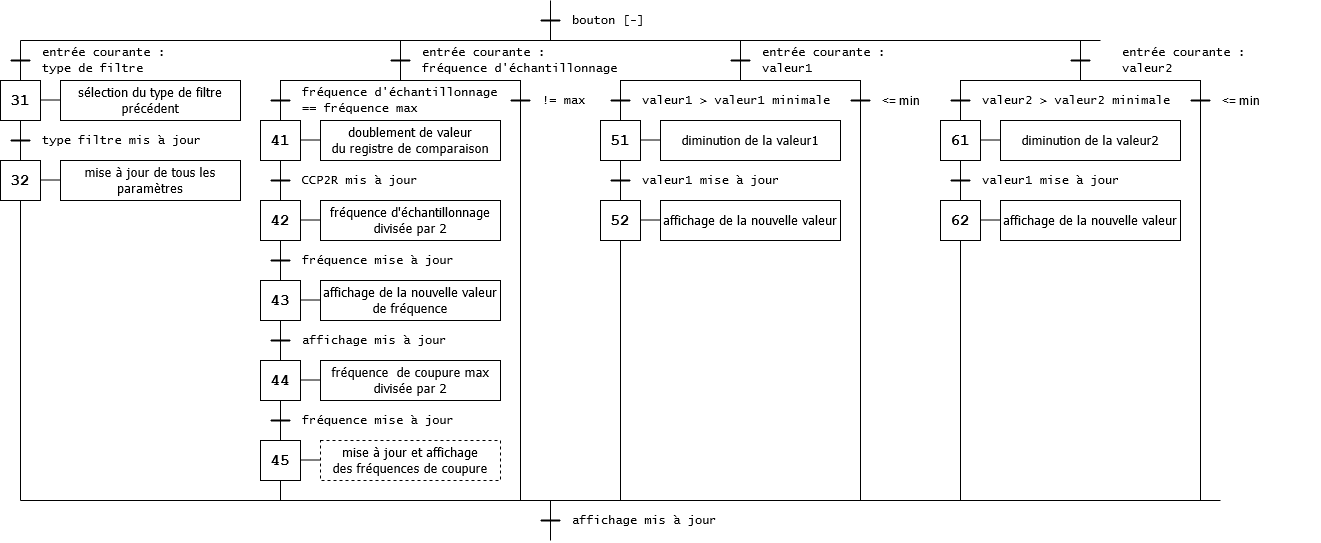
Above: LB_PIC18F8722_Filtres/rapport/images/orga_decrease.png in laura-bin/2021_microcontroleurs (draw.io), before the change. Source tidied: cells renumbered, new cells last; positions are measured from the earlier drawing's top-left corner, leaving out a move shared by most shapes.
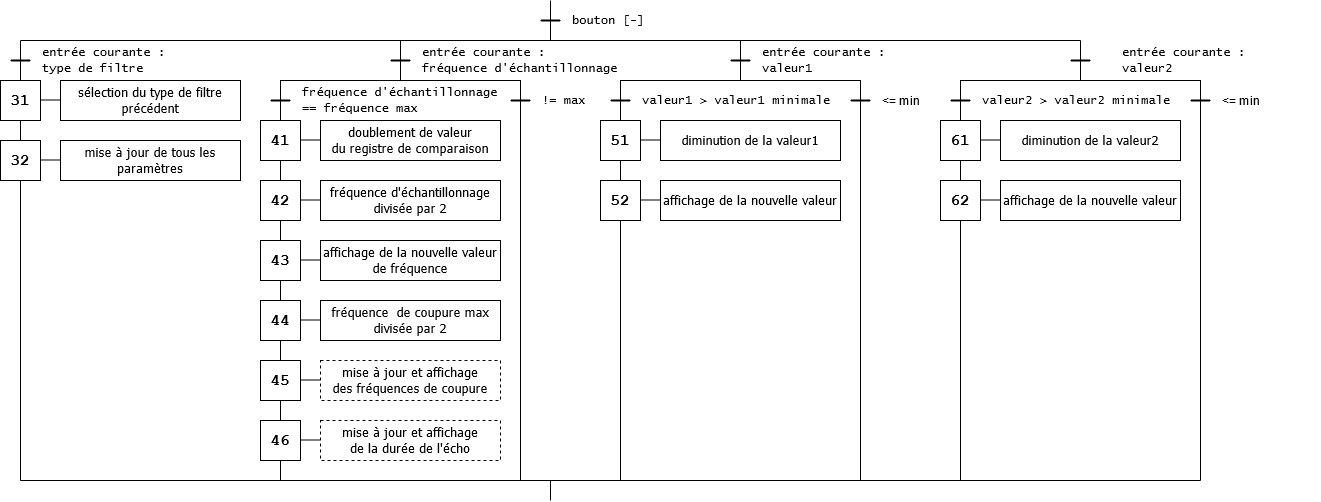
The same file after the commit.

What changed in the source:
```diff
@@ -63,4 +63,4 @@
       <mxGeometry relative="1" as="geometry">
-        <mxPoint x="40" y="179.5" as="sourcePoint" />
-        <mxPoint x="60" y="179.5" as="targetPoint" />
+        <mxPoint x="40" y="159.5" as="sourcePoint" />
+        <mxPoint x="60" y="159.5" as="targetPoint" />
       </mxGeometry>
@@ -68,16 +68,7 @@
     <mxCell id="16" value="&lt;div style=&quot;font-size: 13px&quot;&gt;&lt;font style=&quot;font-size: 13px&quot; face=&quot;Tahoma&quot;&gt;mise à jour de tous les paramètres&lt;br&gt;&lt;/font&gt;&lt;/div&gt;" style="rounded=0;whiteSpace=wrap;html=1;strokeColor=#000000;strokeWidth=1;" parent="1" vertex="1">
-      <mxGeometry x="60" y="160" width="180" height="40" as="geometry" />
+      <mxGeometry x="60" y="140" width="180" height="40" as="geometry" />
     </mxCell>
     <mxCell id="17" value="&lt;font style=&quot;font-size: 16px&quot;&gt;&lt;b&gt;&lt;font style=&quot;font-size: 16px&quot; face=&quot;Courier New&quot;&gt;32&lt;/font&gt;&lt;/b&gt;&lt;/font&gt;" style="rounded=0;whiteSpace=wrap;html=1;" parent="1" vertex="1">
-      <mxGeometry y="160" width="40" height="40" as="geometry" />
+      <mxGeometry y="140" width="40" height="40" as="geometry" />
     </mxCell>
-    <mxCell id="18" style="endArrow=none;html=1;strokeWidth=2;" parent="1" edge="1">
-      <mxGeometry relative="1" as="geometry">
-        <mxPoint x="10" y="140" as="sourcePoint" />
-        <mxPoint x="30" y="140" as="targetPoint" />
-      </mxGeometry>
-    </mxCell>
-    <mxCell id="19" value="&lt;div&gt;&lt;font face=&quot;Lucida Console&quot;&gt;type filtre mis à jour&lt;br&gt;&lt;/font&gt;&lt;/div&gt;" style="text;html=1;strokeColor=none;fillColor=none;align=left;verticalAlign=middle;whiteSpace=wrap;rounded=0;" parent="1" vertex="1">
-      <mxGeometry x="40" y="130" width="200" height="20" as="geometry" />
-    </mxCell>
     <mxCell id="20" style="endArrow=none;html=1;strokeWidth=2;" parent="1" edge="1">
@@ -103,15 +94,6 @@
     </mxCell>
-    <mxCell id="25" style="endArrow=none;html=1;strokeWidth=2;" parent="1" edge="1">
-      <mxGeometry relative="1" as="geometry">
-        <mxPoint x="270" y="180" as="sourcePoint" />
-        <mxPoint x="290" y="180" as="targetPoint" />
-      </mxGeometry>
-    </mxCell>
-    <mxCell id="26" value="&lt;div&gt;&lt;font face=&quot;Lucida Console&quot;&gt;CCP2R mis à jour&lt;br&gt;&lt;/font&gt;&lt;/div&gt;" style="text;html=1;strokeColor=none;fillColor=none;align=left;verticalAlign=middle;whiteSpace=wrap;rounded=0;" parent="1" vertex="1">
-      <mxGeometry x="300" y="170" width="200" height="20" as="geometry" />
-    </mxCell>
     <mxCell id="27" style="edgeStyle=orthogonalEdgeStyle;rounded=0;orthogonalLoop=1;jettySize=auto;html=1;exitX=1;exitY=0.5;exitDx=0;exitDy=0;entryX=0;entryY=0.5;entryDx=0;entryDy=0;endArrow=none;endFill=0;" parent="1" edge="1">
       <mxGeometry relative="1" as="geometry">
-        <mxPoint x="300" y="219.5" as="sourcePoint" />
-        <mxPoint x="320" y="219.5" as="targetPoint" />
+        <mxPoint x="300" y="199.5" as="sourcePoint" />
+        <mxPoint x="320" y="199.5" as="targetPoint" />
       </mxGeometry>
@@ -119,20 +101,11 @@
     <mxCell id="28" value="&lt;div style=&quot;font-size: 13px&quot;&gt;&lt;font style=&quot;font-size: 13px&quot; face=&quot;Tahoma&quot;&gt;fréquence d'échantillonnage divisée par 2&lt;br&gt;&lt;/font&gt;&lt;/div&gt;" style="rounded=0;whiteSpace=wrap;html=1;strokeColor=#000000;strokeWidth=1;" parent="1" vertex="1">
-      <mxGeometry x="320" y="200" width="180" height="40" as="geometry" />
+      <mxGeometry x="320" y="180" width="180" height="40" as="geometry" />
     </mxCell>
     <mxCell id="29" value="&lt;font style=&quot;font-size: 16px&quot;&gt;&lt;b&gt;&lt;font style=&quot;font-size: 16px&quot; face=&quot;Courier New&quot;&gt;42&lt;/font&gt;&lt;/b&gt;&lt;/font&gt;" style="rounded=0;whiteSpace=wrap;html=1;" parent="1" vertex="1">
-      <mxGeometry x="260" y="200" width="40" height="40" as="geometry" />
+      <mxGeometry x="260" y="180" width="40" height="40" as="geometry" />
     </mxCell>
-    <mxCell id="30" style="endArrow=none;html=1;strokeWidth=2;" parent="1" edge="1">
-      <mxGeometry relative="1" as="geometry">
-        <mxPoint x="270" y="260" as="sourcePoint" />
-        <mxPoint x="290" y="260" as="targetPoint" />
-      </mxGeometry>
-    </mxCell>
-    <mxCell id="31" value="&lt;div&gt;&lt;font face=&quot;Lucida Console&quot;&gt;fréquence mise à jour&lt;br&gt;&lt;/font&gt;&lt;/div&gt;" style="text;html=1;strokeColor=none;fillColor=none;align=left;verticalAlign=middle;whiteSpace=wrap;rounded=0;" parent="1" vertex="1">
-      <mxGeometry x="300" y="250" width="200" height="20" as="geometry" />
-    </mxCell>
     <mxCell id="32" style="edgeStyle=orthogonalEdgeStyle;rounded=0;orthogonalLoop=1;jettySize=auto;html=1;exitX=1;exitY=0.5;exitDx=0;exitDy=0;entryX=0;entryY=0.5;entryDx=0;entryDy=0;endArrow=none;endFill=0;" parent="1" edge="1">
       <mxGeometry relative="1" as="geometry">
-        <mxPoint x="300" y="299.5" as="sourcePoint" />
-        <mxPoint x="320" y="299.5" as="targetPoint" />
+        <mxPoint x="300" y="259.5" as="sourcePoint" />
+        <mxPoint x="320" y="259.5" as="targetPoint" />
       </mxGeometry>
@@ -140,16 +113,7 @@
     <mxCell id="33" value="&lt;div style=&quot;font-size: 13px&quot;&gt;&lt;font style=&quot;font-size: 13px&quot; face=&quot;Tahoma&quot;&gt;affichage de la nouvelle valeur de fréquence&lt;br&gt;&lt;/font&gt;&lt;/div&gt;" style="rounded=0;whiteSpace=wrap;html=1;strokeColor=#000000;strokeWidth=1;" parent="1" vertex="1">
-      <mxGeometry x="320" y="280" width="180" height="40" as="geometry" />
+      <mxGeometry x="320" y="240" width="180" height="40" as="geometry" />
     </mxCell>
     <mxCell id="34" value="&lt;font style=&quot;font-size: 16px&quot;&gt;&lt;b&gt;&lt;font style=&quot;font-size: 16px&quot; face=&quot;Courier New&quot;&gt;43&lt;/font&gt;&lt;/b&gt;&lt;/font&gt;" style="rounded=0;whiteSpace=wrap;html=1;" parent="1" vertex="1">
-      <mxGeometry x="260" y="280" width="40" height="40" as="geometry" />
+      <mxGeometry x="260" y="240" width="40" height="40" as="geometry" />
     </mxCell>
-    <mxCell id="35" style="endArrow=none;html=1;strokeWidth=2;" parent="1" edge="1">
-      <mxGeometry relative="1" as="geometry">
-        <mxPoint x="270" y="340" as="sourcePoint" />
-        <mxPoint x="290" y="340" as="targetPoint" />
-      </mxGeometry>
-    </mxCell>
-    <mxCell id="36" value="&lt;div&gt;&lt;font face=&quot;Lucida Console&quot;&gt;affichage mis à jour&lt;br&gt;&lt;/font&gt;&lt;/div&gt;" style="text;html=1;strokeColor=none;fillColor=none;align=left;verticalAlign=middle;whiteSpace=wrap;rounded=0;" parent="1" vertex="1">
-      <mxGeometry x="300" y="330" width="200" height="20" as="geometry" />
-    </mxCell>
     <mxCell id="37" style="endArrow=none;html=1;strokeWidth=2;" parent="1" edge="1">
@@ -165,3 +129,3 @@
       <mxGeometry relative="1" as="geometry">
-        <mxPoint x="520" y="500" as="targetPoint" />
+        <mxPoint x="520" y="480" as="targetPoint" />
         <Array as="points">
@@ -199,15 +163,6 @@
     </mxCell>
-    <mxCell id="47" style="endArrow=none;html=1;strokeWidth=2;" parent="1" edge="1">
-      <mxGeometry relative="1" as="geometry">
-        <mxPoint x="610" y="180" as="sourcePoint" />
-        <mxPoint x="630" y="180" as="targetPoint" />
-      </mxGeometry>
-    </mxCell>
-    <mxCell id="48" value="&lt;div&gt;&lt;font face=&quot;Lucida Console&quot;&gt;valeur1 mise à jour&lt;br&gt;&lt;/font&gt;&lt;/div&gt;" style="text;html=1;strokeColor=none;fillColor=none;align=left;verticalAlign=middle;whiteSpace=wrap;rounded=0;" parent="1" vertex="1">
-      <mxGeometry x="640" y="170" width="200" height="20" as="geometry" />
-    </mxCell>
     <mxCell id="49" style="edgeStyle=orthogonalEdgeStyle;rounded=0;orthogonalLoop=1;jettySize=auto;html=1;exitX=1;exitY=0.5;exitDx=0;exitDy=0;entryX=0;entryY=0.5;entryDx=0;entryDy=0;endArrow=none;endFill=0;" parent="1" edge="1">
       <mxGeometry relative="1" as="geometry">
-        <mxPoint x="640" y="219.5" as="sourcePoint" />
-        <mxPoint x="660" y="219.5" as="targetPoint" />
+        <mxPoint x="640" y="199.5" as="sourcePoint" />
+        <mxPoint x="660" y="199.5" as="targetPoint" />
       </mxGeometry>
@@ -215,6 +170,6 @@
     <mxCell id="50" value="&lt;div style=&quot;font-size: 13px&quot;&gt;&lt;font style=&quot;font-size: 13px&quot; face=&quot;Tahoma&quot;&gt;affichage de la nouvelle valeur&lt;br&gt;&lt;/font&gt;&lt;/div&gt;" style="rounded=0;whiteSpace=wrap;html=1;strokeColor=#000000;strokeWidth=1;" parent="1" vertex="1">
-      <mxGeometry x="660" y="200" width="180" height="40" as="geometry" />
+      <mxGeometry x="660" y="180" width="180" height="40" as="geometry" />
     </mxCell>
     <mxCell id="51" value="&lt;font style=&quot;font-size: 16px&quot;&gt;&lt;b&gt;&lt;font style=&quot;font-size: 16px&quot; face=&quot;Courier New&quot;&gt;52&lt;/font&gt;&lt;/b&gt;&lt;/font&gt;" style="rounded=0;whiteSpace=wrap;html=1;" parent="1" vertex="1">
-      <mxGeometry x="600" y="200" width="40" height="40" as="geometry" />
+      <mxGeometry x="600" y="180" width="40" height="40" as="geometry" />
     </mxCell>
@@ -231,3 +186,3 @@
       <mxGeometry relative="1" as="geometry">
-        <mxPoint x="860" y="500" as="targetPoint" />
+        <mxPoint x="860" y="480" as="targetPoint" />
         <Array as="points">
@@ -243,3 +198,3 @@
       <mxGeometry relative="1" as="geometry">
-        <mxPoint x="620" y="500" as="sourcePoint" />
+        <mxPoint x="620" y="480" as="sourcePoint" />
       </mxGeometry>
@@ -248,4 +203,4 @@
       <mxGeometry relative="1" as="geometry">
-        <mxPoint x="300" y="379.5" as="sourcePoint" />
-        <mxPoint x="320" y="379.5" as="targetPoint" />
+        <mxPoint x="300" y="319.5" as="sourcePoint" />
+        <mxPoint x="320" y="319.5" as="targetPoint" />
       </mxGeometry>
@@ -253,20 +208,11 @@
     <mxCell id="58" value="&lt;div style=&quot;font-size: 13px&quot;&gt;&lt;font style=&quot;font-size: 13px&quot; face=&quot;Tahoma&quot;&gt;fréquence&amp;nbsp; de coupure max&lt;/font&gt;&lt;/div&gt;&lt;div style=&quot;font-size: 13px&quot;&gt;&lt;font style=&quot;font-size: 13px&quot; face=&quot;Tahoma&quot;&gt;divisée par 2&lt;br&gt;&lt;/font&gt;&lt;/div&gt;" style="rounded=0;whiteSpace=wrap;html=1;strokeColor=#000000;strokeWidth=1;" parent="1" vertex="1">
-      <mxGeometry x="320" y="360" width="180" height="40" as="geometry" />
+      <mxGeometry x="320" y="300" width="180" height="40" as="geometry" />
     </mxCell>
     <mxCell id="59" value="&lt;font style=&quot;font-size: 16px&quot;&gt;&lt;b&gt;&lt;font style=&quot;font-size: 16px&quot; face=&quot;Courier New&quot;&gt;44&lt;/font&gt;&lt;/b&gt;&lt;/font&gt;" style="rounded=0;whiteSpace=wrap;html=1;" parent="1" vertex="1">
-      <mxGeometry x="260" y="360" width="40" height="40" as="geometry" />
+      <mxGeometry x="260" y="300" width="40" height="40" as="geometry" />
     </mxCell>
-    <mxCell id="60" style="endArrow=none;html=1;strokeWidth=2;" parent="1" edge="1">
-      <mxGeometry relative="1" as="geometry">
-        <mxPoint x="270" y="420" as="sourcePoint" />
-        <mxPoint x="290" y="420" as="targetPoint" />
-      </mxGeometry>
-    </mxCell>
-    <mxCell id="61" value="&lt;div&gt;&lt;font face=&quot;Lucida Console&quot;&gt;fréquence mise à jour&lt;br&gt;&lt;/font&gt;&lt;/div&gt;" style="text;html=1;strokeColor=none;fillColor=none;align=left;verticalAlign=middle;whiteSpace=wrap;rounded=0;" parent="1" vertex="1">
-      <mxGeometry x="300" y="410" width="200" height="20" as="geometry" />
-    </mxCell>
     <mxCell id="62" style="edgeStyle=orthogonalEdgeStyle;rounded=0;orthogonalLoop=1;jettySize=auto;html=1;exitX=1;exitY=0.5;exitDx=0;exitDy=0;entryX=0;entryY=0.5;entryDx=0;entryDy=0;endArrow=none;endFill=0;" parent="1" edge="1">
       <mxGeometry relative="1" as="geometry">
-        <mxPoint x="300" y="459.5" as="sourcePoint" />
-        <mxPoint x="320" y="459.5" as="targetPoint" />
+        <mxPoint x="300" y="379.5" as="sourcePoint" />
+        <mxPoint x="320" y="379.5" as="targetPoint" />
       </mxGeometry>
@@ -274,6 +220,6 @@
     <mxCell id="63" value="&lt;div style=&quot;font-size: 13px&quot;&gt;&lt;font style=&quot;font-size: 13px&quot; face=&quot;Tahoma&quot;&gt;mise à jour et affichage&lt;/font&gt;&lt;/div&gt;&lt;div style=&quot;font-size: 13px&quot;&gt;&lt;font style=&quot;font-size: 13px&quot; face=&quot;Tahoma&quot;&gt;des fréquences de coupure&lt;br&gt;&lt;/font&gt;&lt;/div&gt;" style="rounded=0;whiteSpace=wrap;html=1;strokeColor=#000000;strokeWidth=1;dashed=1;" parent="1" vertex="1">
-      <mxGeometry x="320" y="440" width="180" height="40" as="geometry" />
+      <mxGeometry x="320" y="360" width="180" height="40" as="geometry" />
     </mxCell>
     <mxCell id="64" value="&lt;font style=&quot;font-size: 16px&quot;&gt;&lt;b&gt;&lt;font style=&quot;font-size: 16px&quot; face=&quot;Courier New&quot;&gt;45&lt;/font&gt;&lt;/b&gt;&lt;/font&gt;" style="rounded=0;whiteSpace=wrap;html=1;" parent="1" vertex="1">
-      <mxGeometry x="260" y="440" width="40" height="40" as="geometry" />
+      <mxGeometry x="260" y="360" width="40" height="40" as="geometry" />
     </mxCell>
@@ -285,6 +231,4 @@
     </mxCell>
-    <mxCell id="67" style="endArrow=none;html=1;entryX=0.5;entryY=1;entryDx=0;entryDy=0;" parent="1" edge="1" target="64">
-      <mxGeometry relative="1" as="geometry">
-        <mxPoint x="280" y="500" as="sourcePoint" />
-      </mxGeometry>
+    <mxCell id="67" style="endArrow=none;html=1;entryX=0.5;entryY=1;entryDx=0;entryDy=0;exitX=0.5;exitY=0;exitDx=0;exitDy=0;" parent="1" edge="1" source="98" target="64">
+      <mxGeometry relative="1" as="geometry" />
     </mxCell>
@@ -323,15 +267,6 @@
     </mxCell>
-    <mxCell id="75" style="endArrow=none;html=1;strokeWidth=2;" parent="1" edge="1">
-      <mxGeometry relative="1" as="geometry">
-        <mxPoint x="950" y="180" as="sourcePoint" />
-        <mxPoint x="970" y="180" as="targetPoint" />
-      </mxGeometry>
-    </mxCell>
-    <mxCell id="76" value="&lt;div&gt;&lt;font face=&quot;Lucida Console&quot;&gt;valeur1 mise à jour&lt;br&gt;&lt;/font&gt;&lt;/div&gt;" style="text;html=1;strokeColor=none;fillColor=none;align=left;verticalAlign=middle;whiteSpace=wrap;rounded=0;" parent="1" vertex="1">
-      <mxGeometry x="980" y="170" width="200" height="20" as="geometry" />
-    </mxCell>
     <mxCell id="77" style="edgeStyle=orthogonalEdgeStyle;rounded=0;orthogonalLoop=1;jettySize=auto;html=1;exitX=1;exitY=0.5;exitDx=0;exitDy=0;entryX=0;entryY=0.5;entryDx=0;entryDy=0;endArrow=none;endFill=0;" parent="1" edge="1">
       <mxGeometry relative="1" as="geometry">
-        <mxPoint x="980" y="219.5" as="sourcePoint" />
-        <mxPoint x="1000" y="219.5" as="targetPoint" />
+        <mxPoint x="980" y="199.5" as="sourcePoint" />
+        <mxPoint x="1000" y="199.5" as="targetPoint" />
       </mxGeometry>
@@ -339,6 +274,6 @@
     <mxCell id="78" value="&lt;div style=&quot;font-size: 13px&quot;&gt;&lt;font style=&quot;font-size: 13px&quot; face=&quot;Tahoma&quot;&gt;affichage de la nouvelle valeur&lt;br&gt;&lt;/font&gt;&lt;/div&gt;" style="rounded=0;whiteSpace=wrap;html=1;strokeColor=#000000;strokeWidth=1;" parent="1" vertex="1">
-      <mxGeometry x="1000" y="200" width="180" height="40" as="geometry" />
+      <mxGeometry x="1000" y="180" width="180" height="40" as="geometry" />
     </mxCell>
     <mxCell id="79" value="&lt;font style=&quot;font-size: 16px&quot;&gt;&lt;b&gt;&lt;font style=&quot;font-size: 16px&quot; face=&quot;Courier New&quot;&gt;62&lt;/font&gt;&lt;/b&gt;&lt;/font&gt;" style="rounded=0;whiteSpace=wrap;html=1;" parent="1" vertex="1">
-      <mxGeometry x="940" y="200" width="40" height="40" as="geometry" />
+      <mxGeometry x="940" y="180" width="40" height="40" as="geometry" />
     </mxCell>
@@ -355,3 +290,3 @@
       <mxGeometry relative="1" as="geometry">
-        <mxPoint x="1200" y="500" as="targetPoint" />
+        <mxPoint x="1200" y="480" as="targetPoint" />
         <Array as="points">
@@ -367,3 +302,3 @@
       <mxGeometry relative="1" as="geometry">
-        <mxPoint x="960" y="500" as="sourcePoint" />
+        <mxPoint x="960" y="480" as="sourcePoint" />
       </mxGeometry>
@@ -386,3 +321,3 @@
       <mxGeometry relative="1" as="geometry">
-        <mxPoint x="20" y="500" as="sourcePoint" />
+        <mxPoint x="20" y="480" as="sourcePoint" />
       </mxGeometry>
@@ -392,3 +327,3 @@
         <mxPoint x="20" y="40" as="sourcePoint" />
-        <mxPoint x="1100" y="40" as="targetPoint" />
+        <mxPoint x="1080" y="40" as="targetPoint" />
       </mxGeometry>
@@ -403,4 +338,4 @@
       <mxGeometry relative="1" as="geometry">
-        <mxPoint x="20" y="500" as="sourcePoint" />
-        <mxPoint x="1220" y="500" as="targetPoint" />
+        <mxPoint x="20" y="480" as="sourcePoint" />
+        <mxPoint x="1200" y="480" as="targetPoint" />
       </mxGeometry>
@@ -409,15 +344,23 @@
       <mxGeometry relative="1" as="geometry">
-        <mxPoint x="550" y="500" as="sourcePoint" />
-        <mxPoint x="550" y="540" as="targetPoint" />
+        <mxPoint x="550" y="480" as="sourcePoint" />
+        <mxPoint x="550" y="500" as="targetPoint" />
       </mxGeometry>
     </mxCell>
-    <mxCell id="93" style="endArrow=none;html=1;strokeWidth=2;" parent="1" edge="1">
-      <mxGeometry relative="1" as="geometry">
-        <mxPoint x="540" y="520" as="sourcePoint" />
-        <mxPoint x="560" y="520" as="targetPoint" />
-      </mxGeometry>
-    </mxCell>
-    <mxCell id="94" value="&lt;div&gt;&lt;font face=&quot;Lucida Console&quot;&gt;affichage mis à jour&lt;br&gt;&lt;/font&gt;&lt;/div&gt;" style="text;html=1;strokeColor=none;fillColor=none;align=left;verticalAlign=middle;whiteSpace=wrap;rounded=0;" parent="1" vertex="1">
-      <mxGeometry x="570" y="510" width="200" height="20" as="geometry" />
-    </mxCell>
+    <mxCell id="95" style="edgeStyle=orthogonalEdgeStyle;rounded=0;orthogonalLoop=1;jettySize=auto;html=1;exitX=1;exitY=0.5;exitDx=0;exitDy=0;entryX=0;entryY=0.5;entryDx=0;entryDy=0;endArrow=none;endFill=0;" parent="1" edge="1">
+      <mxGeometry relative="1" as="geometry">
+        <mxPoint x="300" y="439.5" as="sourcePoint" />
+        <mxPoint x="320" y="439.5" as="targetPoint" />
+      </mxGeometry>
+    </mxCell>
+    <mxCell id="96" value="&lt;div style=&quot;font-size: 13px&quot;&gt;&lt;font style=&quot;font-size: 13px&quot; face=&quot;Tahoma&quot;&gt;mise à jour et affichage&lt;/font&gt;&lt;/div&gt;&lt;div style=&quot;font-size: 13px&quot;&gt;&lt;font style=&quot;font-size: 13px&quot; face=&quot;Tahoma&quot;&gt;de la durée de l'écho&lt;br&gt;&lt;/font&gt;&lt;/div&gt;" style="rounded=0;whiteSpace=wrap;html=1;strokeColor=#000000;strokeWidth=1;dashed=1;" parent="1" vertex="1">
+      <mxGeometry x="320" y="420" width="180" height="40" as="geometry" />
+    </mxCell>
+    <mxCell id="97" style="edgeStyle=orthogonalEdgeStyle;rounded=0;jettySize=auto;html=1;exitX=0.5;exitY=1;exitDx=0;exitDy=0;endArrow=none;endFill=0;" parent="1" edge="1" source="98">
+      <mxGeometry relative="1" as="geometry">
+        <mxPoint x="280" y="480" as="targetPoint" />
+      </mxGeometry>
+    </mxCell>
+    <mxCell id="98" value="&lt;font style=&quot;font-size: 16px&quot;&gt;&lt;b&gt;&lt;font style=&quot;font-size: 16px&quot; face=&quot;Courier New&quot;&gt;46&lt;/font&gt;&lt;/b&gt;&lt;/font&gt;" style="rounded=0;whiteSpace=wrap;html=1;" parent="1" vertex="1">
+      <mxGeometry x="260" y="420" width="40" height="40" as="geometry" />
+    </mxCell>
   </root>
```
